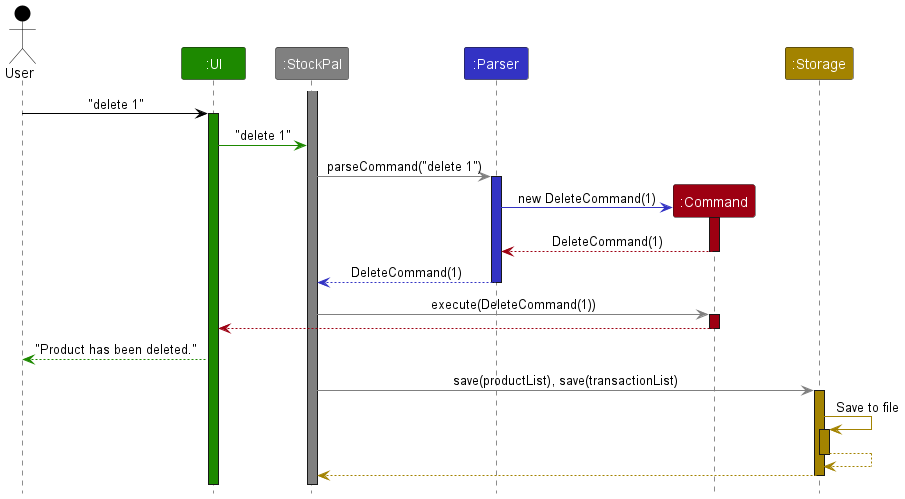
Above: docs/images/ArchitectureSequenceDiagram.png in leongxingyu/tp (PlantUML), before the change.
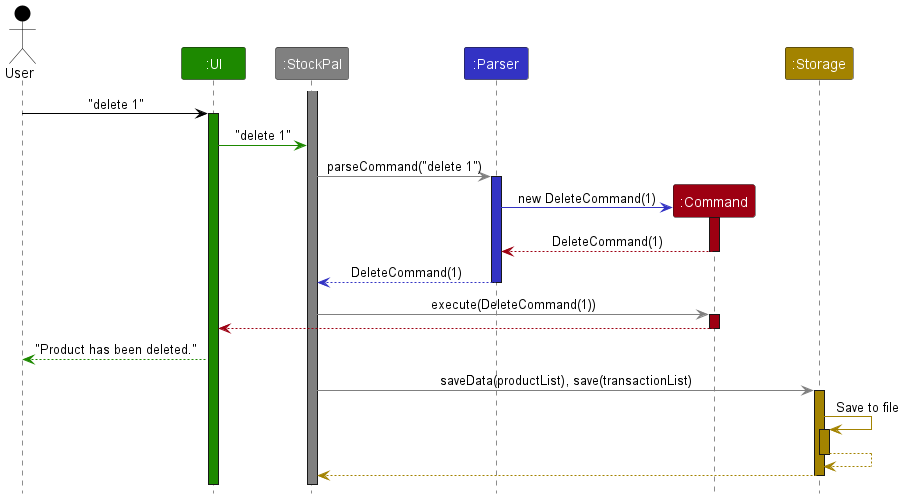
After the change.

What changed in the source:
```diff
@@ -36,7 +36,7 @@
 deactivate command
 ui --[UI_COLOR]> user : "Product has been deleted."
 
-stockpal -[STOCKPAL_COLOR]> storage : save(productList), save(transactionList)
+stockpal -[STOCKPAL_COLOR]> storage : saveData(productList), save(transactionList)
 activate storage STORAGE_COLOR
 
 storage -[STORAGE_COLOR]> storage : Save to file
```
